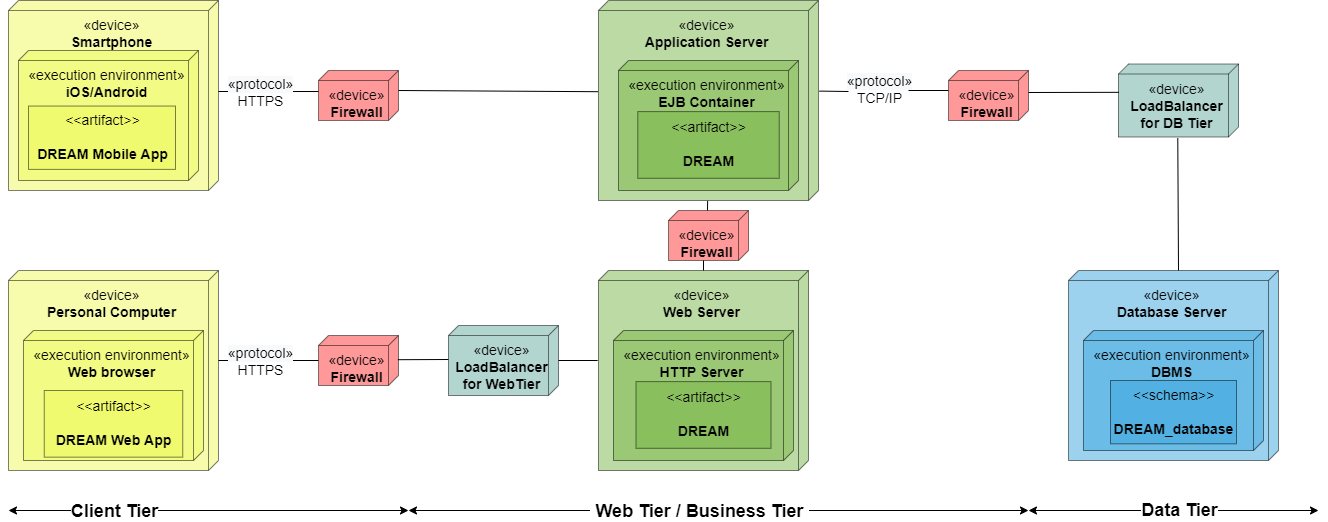
Earlier version of the draw.io export DD/Images/Deployment diagram.png (ElisaServidio/DREAM-Data-dRiven-PrEdictive-FArMing-in-Telengana). Source tidied: cells renumbered, new cells last; positions are measured from the earlier drawing's top-left corner, leaving out a move shared by most shapes. Its diagram source:
```xml
<mxGraphModel>
  <root>
    <mxCell id="0" />
    <mxCell id="1" parent="0" />
    <mxCell id="2" value="&lt;div style=&quot;font-size: 14px&quot;&gt;«device»&lt;/div&gt;&lt;div style=&quot;font-size: 14px&quot;&gt;&lt;b&gt;Smartphone&lt;/b&gt;&lt;/div&gt;&lt;div style=&quot;font-size: 14px&quot;&gt;&lt;br style=&quot;font-size: 14px&quot;&gt;&lt;/div&gt;" style="verticalAlign=top;align=center;shape=cube;size=10;direction=south;fontStyle=0;html=1;boundedLbl=1;spacingLeft=5;fillColor=#EDFA59;opacity=50;fontSize=14;" parent="1" vertex="1">
      <mxGeometry width="210" height="190" as="geometry" />
    </mxCell>
    <mxCell id="3" value="&lt;div style=&quot;font-size: 14px&quot;&gt;&lt;font style=&quot;font-size: 14px&quot;&gt;«execution environment»&lt;/font&gt;&lt;/div&gt;&lt;div style=&quot;font-size: 14px&quot;&gt;&lt;font style=&quot;font-size: 14px&quot;&gt;&lt;b&gt;iOS/Android&lt;/b&gt;&lt;/font&gt;&lt;/div&gt;" style="verticalAlign=top;align=center;shape=cube;size=10;direction=south;html=1;boundedLbl=1;spacingLeft=5;fillColor=#EDFA59;opacity=50;fontSize=14;" parent="2" vertex="1">
      <mxGeometry width="180" height="130" relative="1" as="geometry">
        <mxPoint x="10" y="50" as="offset" />
      </mxGeometry>
    </mxCell>
    <mxCell id="4" value="&amp;lt;&amp;lt;artifact&amp;gt;&amp;gt;&lt;br style=&quot;font-size: 14px;&quot;&gt;&lt;br style=&quot;font-size: 14px;&quot;&gt;&lt;b style=&quot;font-size: 14px;&quot;&gt;DREAM Mobile App&lt;/b&gt;" style="text;html=1;align=center;verticalAlign=middle;dashed=0;fillColor=#EDFA59;strokeColor=#000000;fontSize=14;opacity=50;" parent="2" vertex="1">
      <mxGeometry x="20" y="105.6" width="147" height="63.3" as="geometry" />
    </mxCell>
    <mxCell id="5" value="&lt;div style=&quot;font-size: 14px&quot;&gt;«device»&lt;/div&gt;&lt;div style=&quot;font-size: 14px&quot;&gt;&lt;b&gt;Personal Computer&lt;/b&gt;&lt;/div&gt;&lt;div style=&quot;font-size: 14px&quot;&gt;&lt;br style=&quot;font-size: 14px&quot;&gt;&lt;/div&gt;" style="verticalAlign=top;align=center;shape=cube;size=10;direction=south;fontStyle=0;html=1;boundedLbl=1;spacingLeft=5;fillColor=#EDFA59;opacity=50;fontSize=14;" parent="1" vertex="1">
      <mxGeometry y="270" width="210" height="200" as="geometry" />
    </mxCell>
    <mxCell id="6" value="&lt;div style=&quot;font-size: 14px&quot;&gt;&lt;font style=&quot;font-size: 14px&quot;&gt;«execution environment»&lt;/font&gt;&lt;/div&gt;&lt;div style=&quot;font-size: 14px&quot;&gt;&lt;b&gt;Web browser&lt;/b&gt;&lt;/div&gt;" style="verticalAlign=top;align=center;shape=cube;size=10;direction=south;html=1;boundedLbl=1;spacingLeft=5;fillColor=#EDFA59;opacity=50;fontSize=14;" parent="5" vertex="1">
      <mxGeometry width="180" height="130" relative="1" as="geometry">
        <mxPoint x="15" y="60" as="offset" />
      </mxGeometry>
    </mxCell>
    <mxCell id="7" value="&amp;lt;&amp;lt;artifact&amp;gt;&amp;gt;&lt;br style=&quot;font-size: 14px;&quot;&gt;&lt;br style=&quot;font-size: 14px;&quot;&gt;&lt;b style=&quot;font-size: 14px;&quot;&gt;DREAM Web App&lt;/b&gt;" style="text;html=1;align=center;verticalAlign=middle;dashed=0;fillColor=#EDFA59;strokeColor=#000000;fontSize=14;opacity=50;" parent="5" vertex="1">
      <mxGeometry x="35.8" y="120" width="138.5" height="66.7" as="geometry" />
    </mxCell>
    <mxCell id="8" value="&lt;div style=&quot;font-size: 14px&quot;&gt;«device»&lt;/div&gt;&lt;div style=&quot;font-size: 14px&quot;&gt;&lt;b&gt;Database Server&lt;/b&gt;&lt;/div&gt;&lt;div style=&quot;font-size: 14px&quot;&gt;&lt;br style=&quot;font-size: 14px&quot;&gt;&lt;/div&gt;" style="verticalAlign=top;align=center;shape=cube;size=10;direction=south;fontStyle=0;html=1;boundedLbl=1;spacingLeft=5;fillColor=#3AA6DD;opacity=50;fontSize=14;" parent="1" vertex="1">
      <mxGeometry x="1060" y="270" width="210" height="190" as="geometry" />
    </mxCell>
    <mxCell id="9" value="&lt;div style=&quot;font-size: 14px&quot;&gt;&lt;font style=&quot;font-size: 14px&quot;&gt;«execution environment»&lt;/font&gt;&lt;/div&gt;&lt;div style=&quot;font-size: 14px&quot;&gt;&lt;font style=&quot;font-size: 14px&quot;&gt;&lt;b&gt;DBMS&lt;/b&gt;&lt;/font&gt;&lt;/div&gt;" style="verticalAlign=top;align=center;shape=cube;size=10;direction=south;html=1;boundedLbl=1;spacingLeft=5;fillColor=#3AA6DD;opacity=50;fontSize=14;" parent="8" vertex="1">
      <mxGeometry width="180" height="120" relative="1" as="geometry">
        <mxPoint x="15" y="60" as="offset" />
      </mxGeometry>
    </mxCell>
    <mxCell id="10" value="&amp;lt;&amp;lt;schema&amp;gt;&amp;gt;&lt;br style=&quot;font-size: 14px;&quot;&gt;&lt;br style=&quot;font-size: 14px;&quot;&gt;&lt;b style=&quot;font-size: 14px;&quot;&gt;DREAM_database&lt;/b&gt;" style="text;html=1;align=center;verticalAlign=middle;dashed=0;fillColor=#3AA6DD;strokeColor=#000000;fontSize=14;opacity=50;" parent="8" vertex="1">
      <mxGeometry x="42" y="110" width="126" height="63.3" as="geometry" />
    </mxCell>
    <mxCell id="11" value="&lt;div style=&quot;font-size: 14px&quot;&gt;&lt;font style=&quot;font-size: 14px&quot;&gt;«device»&lt;/font&gt;&lt;/div&gt;&lt;div style=&quot;font-size: 14px&quot;&gt;&lt;b&gt;Firewall&lt;/b&gt;&lt;/div&gt;" style="verticalAlign=top;align=center;shape=cube;size=10;direction=south;html=1;boundedLbl=1;spacingLeft=5;fillColor=#FF3333;opacity=50;fontSize=14;" parent="1" vertex="1">
      <mxGeometry x="310" y="70" width="80" height="50" as="geometry" />
    </mxCell>
    <mxCell id="12" style="endArrow=none;html=1;rounded=0;fontSize=14;" parent="1" edge="1">
      <mxGeometry relative="1" as="geometry">
        <mxPoint x="310" y="91" as="sourcePoint" />
        <mxPoint x="210" y="91" as="targetPoint" />
      </mxGeometry>
    </mxCell>
    <mxCell id="13" value="&lt;div style=&quot;background-color: rgb(248, 249, 250); font-size: 14px;&quot;&gt;&lt;font style=&quot;font-size: 14px;&quot;&gt;«protocol»&lt;/font&gt;&lt;/div&gt;&lt;div style=&quot;font-size: 14px;&quot;&gt;&lt;font style=&quot;font-size: 14px;&quot;&gt;HTTPS&lt;/font&gt;&lt;/div&gt;" style="edgeLabel;html=1;align=center;verticalAlign=middle;fontSize=14;" parent="12" vertex="1">
      <mxGeometry x="0.33" relative="1" as="geometry">
        <mxPoint x="7" as="offset" />
      </mxGeometry>
    </mxCell>
    <mxCell id="14" style="endArrow=none;html=1;rounded=0;fontSize=14;" parent="1" edge="1" source="25">
      <mxGeometry relative="1" as="geometry">
        <mxPoint x="210" y="360" as="targetPoint" />
        <Array as="points">
          <mxPoint x="250" y="360" />
        </Array>
      </mxGeometry>
    </mxCell>
    <mxCell id="15" value="&lt;div style=&quot;background-color: rgb(248, 249, 250); font-size: 14px;&quot;&gt;&lt;font style=&quot;font-size: 14px;&quot;&gt;«protocol»&lt;/font&gt;&lt;/div&gt;&lt;div style=&quot;font-size: 14px;&quot;&gt;&lt;font style=&quot;font-size: 14px;&quot;&gt;HTTPS&lt;/font&gt;&lt;/div&gt;" style="edgeLabel;html=1;align=center;verticalAlign=middle;fontSize=14;" parent="14" vertex="1">
      <mxGeometry x="0.33" relative="1" as="geometry">
        <mxPoint x="7" as="offset" />
      </mxGeometry>
    </mxCell>
    <mxCell id="16" value="&lt;div style=&quot;background-color: rgb(248, 249, 250); font-size: 14px;&quot;&gt;&lt;font style=&quot;font-size: 14px;&quot;&gt;«protocol»&lt;/font&gt;&lt;/div&gt;&lt;div style=&quot;font-size: 14px;&quot;&gt;&lt;font style=&quot;font-size: 14px;&quot;&gt;TCP/IP&lt;/font&gt;&lt;/div&gt;" style="edgeLabel;html=1;align=center;verticalAlign=middle;fontSize=14;" parent="1" vertex="1">
      <mxGeometry x="860" y="100" as="geometry">
        <mxPoint x="10" y="-12" as="offset" />
      </mxGeometry>
    </mxCell>
    <mxCell id="17" value="&lt;div style=&quot;font-size: 14px&quot;&gt;«device»&lt;/div&gt;&lt;div style=&quot;font-size: 14px&quot;&gt;&lt;b&gt;Web Server&lt;/b&gt;&lt;/div&gt;" style="verticalAlign=top;align=center;shape=cube;size=10;direction=south;fontStyle=0;html=1;boundedLbl=1;spacingLeft=5;fillColor=#7AB648;opacity=50;fontSize=14;" parent="1" vertex="1">
      <mxGeometry x="590" y="270" width="210" height="200" as="geometry" />
    </mxCell>
    <mxCell id="18" value="&lt;div style=&quot;font-size: 14px&quot;&gt;«execution environment»&lt;/div&gt;&lt;div style=&quot;font-size: 14px&quot;&gt;&lt;b&gt;HTTP Server&lt;/b&gt;&lt;/div&gt;" style="verticalAlign=top;align=center;shape=cube;size=10;direction=south;html=1;boundedLbl=1;spacingLeft=5;fillColor=#7AB648;opacity=50;fontSize=14;" parent="17" vertex="1">
      <mxGeometry width="180" height="130" relative="1" as="geometry">
        <mxPoint x="15" y="60" as="offset" />
      </mxGeometry>
    </mxCell>
    <mxCell id="19" value="&amp;lt;&amp;lt;artifact&amp;gt;&amp;gt;&lt;br style=&quot;font-size: 14px&quot;&gt;&lt;br style=&quot;font-size: 14px&quot;&gt;&lt;b style=&quot;font-size: 14px&quot;&gt;DREAM&lt;/b&gt;" style="text;html=1;align=center;verticalAlign=middle;dashed=0;fillColor=#7AB648;strokeColor=#000000;opacity=50;fontSize=14;" parent="17" vertex="1">
      <mxGeometry x="37.5" y="111.1" width="135" height="66.7" as="geometry" />
    </mxCell>
    <mxCell id="20" value="&lt;div style=&quot;font-size: 14px&quot;&gt;«device»&lt;/div&gt;&lt;div style=&quot;font-size: 14px&quot;&gt;&lt;b&gt;Application Server&lt;/b&gt;&lt;/div&gt;" style="verticalAlign=top;align=center;shape=cube;size=10;direction=south;fontStyle=0;html=1;boundedLbl=1;spacingLeft=5;fillColor=#7AB648;opacity=50;fontSize=14;" parent="1" vertex="1">
      <mxGeometry x="590" width="220" height="200" as="geometry" />
    </mxCell>
    <mxCell id="21" value="&lt;div style=&quot;font-size: 14px&quot;&gt;«execution environment»&lt;/div&gt;&lt;div style=&quot;font-size: 14px&quot;&gt;&lt;b&gt;EJB Container&lt;/b&gt;&lt;/div&gt;" style="verticalAlign=top;align=center;shape=cube;size=10;direction=south;html=1;boundedLbl=1;spacingLeft=5;fillColor=#7AB648;opacity=50;fontSize=14;" parent="20" vertex="1">
      <mxGeometry width="180" height="130" relative="1" as="geometry">
        <mxPoint x="20" y="60" as="offset" />
      </mxGeometry>
    </mxCell>
    <mxCell id="22" value="&amp;lt;&amp;lt;artifact&amp;gt;&amp;gt;&lt;br style=&quot;font-size: 14px&quot;&gt;&lt;br style=&quot;font-size: 14px&quot;&gt;&lt;b style=&quot;font-size: 14px&quot;&gt;DREAM&lt;/b&gt;" style="text;html=1;align=center;verticalAlign=middle;dashed=0;fillColor=#7AB648;strokeColor=#000000;opacity=50;fontSize=14;" parent="20" vertex="1">
      <mxGeometry x="39.3" y="111.1" width="141.4" height="66.7" as="geometry" />
    </mxCell>
    <mxCell id="23" value="&lt;div style=&quot;font-size: 14px&quot;&gt;&lt;font style=&quot;font-size: 14px&quot;&gt;«device»&lt;/font&gt;&lt;/div&gt;&lt;div style=&quot;font-size: 14px&quot;&gt;&lt;b&gt;Firewall&lt;/b&gt;&lt;/div&gt;" style="verticalAlign=top;align=center;shape=cube;size=10;direction=south;html=1;boundedLbl=1;spacingLeft=5;fillColor=#FF3333;opacity=50;fontSize=14;" parent="1" vertex="1">
      <mxGeometry x="940" y="70" width="80" height="50" as="geometry" />
    </mxCell>
    <mxCell id="24" value="&lt;div style=&quot;font-size: 14px&quot;&gt;&lt;font style=&quot;font-size: 14px&quot;&gt;«device»&lt;/font&gt;&lt;/div&gt;&lt;div style=&quot;font-size: 14px&quot;&gt;&lt;b&gt;LoadBalancer&lt;br&gt;for WebTier&lt;/b&gt;&lt;/div&gt;" style="verticalAlign=top;align=center;shape=cube;size=10;direction=south;html=1;boundedLbl=1;spacingLeft=5;fillColor=#67AB9F;opacity=50;fontSize=14;" parent="1" vertex="1">
      <mxGeometry x="440" y="325" width="110" height="70" as="geometry" />
    </mxCell>
    <mxCell id="25" value="&lt;div style=&quot;font-size: 14px&quot;&gt;&lt;font style=&quot;font-size: 14px&quot;&gt;«device»&lt;/font&gt;&lt;/div&gt;&lt;div style=&quot;font-size: 14px&quot;&gt;&lt;b&gt;Firewall&lt;/b&gt;&lt;/div&gt;" style="verticalAlign=top;align=center;shape=cube;size=10;direction=south;html=1;boundedLbl=1;spacingLeft=5;fillColor=#FF3333;opacity=50;fontSize=14;" parent="1" vertex="1">
      <mxGeometry x="310" y="335" width="80" height="50" as="geometry" />
    </mxCell>
    <mxCell id="26" style="endArrow=none;html=1;rounded=0;entryX=0.45;entryY=1.004;entryDx=0;entryDy=0;entryPerimeter=0;" parent="1" edge="1" target="17">
      <mxGeometry relative="1" as="geometry">
        <mxPoint x="550" y="360" as="sourcePoint" />
      </mxGeometry>
    </mxCell>
    <mxCell id="27" style="endArrow=none;html=1;rounded=0;exitX=0.453;exitY=-0.004;exitDx=0;exitDy=0;exitPerimeter=0;" parent="1" edge="1" source="20">
      <mxGeometry relative="1" as="geometry">
        <mxPoint x="840" y="91" as="targetPoint" />
      </mxGeometry>
    </mxCell>
    <mxCell id="28" style="endArrow=none;html=1;rounded=0;" parent="1" edge="1">
      <mxGeometry relative="1" as="geometry">
        <mxPoint x="900" y="90" as="sourcePoint" />
        <mxPoint x="940" y="90" as="targetPoint" />
      </mxGeometry>
    </mxCell>
    <mxCell id="29" value="&lt;div style=&quot;font-size: 14px&quot;&gt;&lt;font style=&quot;font-size: 14px&quot;&gt;«device»&lt;/font&gt;&lt;/div&gt;&lt;div style=&quot;font-size: 14px&quot;&gt;&lt;b&gt;LoadBalancer&lt;br&gt;for DB Tier&lt;/b&gt;&lt;/div&gt;" style="verticalAlign=top;align=center;shape=cube;size=10;direction=south;html=1;boundedLbl=1;spacingLeft=5;fillColor=#67AB9F;opacity=50;fontSize=14;" parent="1" vertex="1">
      <mxGeometry x="1110" y="63.5" width="120" height="73" as="geometry" />
    </mxCell>
    <mxCell id="30" style="endArrow=none;html=1;rounded=0;entryX=0.388;entryY=0.996;entryDx=0;entryDy=0;entryPerimeter=0;" parent="1" edge="1" target="29">
      <mxGeometry relative="1" as="geometry">
        <mxPoint x="1020" y="92" as="sourcePoint" />
      </mxGeometry>
    </mxCell>
    <mxCell id="31" style="endArrow=none;html=1;rounded=0;exitX=0;exitY=0;exitDx=0;exitDy=100;exitPerimeter=0;entryX=1.015;entryY=0.506;entryDx=0;entryDy=0;entryPerimeter=0;" parent="1" edge="1" source="8" target="29">
      <mxGeometry relative="1" as="geometry" />
    </mxCell>
    <mxCell id="32" style="endArrow=classic;startArrow=classic;html=1;rounded=0;" parent="1" edge="1">
      <mxGeometry relative="1" as="geometry">
        <mxPoint y="510" as="sourcePoint" />
        <mxPoint x="400" y="510" as="targetPoint" />
      </mxGeometry>
    </mxCell>
    <mxCell id="33" value="Client Tier" style="edgeLabel;html=1;align=center;verticalAlign=middle;fontSize=18;fontStyle=1;" parent="32" vertex="1">
      <mxGeometry x="-0.1" relative="1" as="geometry">
        <mxPoint x="-75" as="offset" />
      </mxGeometry>
    </mxCell>
    <mxCell id="34" style="endArrow=classic;startArrow=classic;html=1;rounded=0;" parent="1" edge="1">
      <mxGeometry relative="1" as="geometry">
        <mxPoint x="400" y="510" as="sourcePoint" />
        <mxPoint x="1020" y="510" as="targetPoint" />
      </mxGeometry>
    </mxCell>
    <mxCell id="35" value="&amp;nbsp;Web Tier / Business Tier&amp;nbsp;" style="edgeLabel;html=1;align=center;verticalAlign=middle;fontSize=18;fontStyle=1;" parent="34" vertex="1">
      <mxGeometry x="0.19" y="-2" relative="1" as="geometry">
        <mxPoint x="-78" y="-2" as="offset" />
      </mxGeometry>
    </mxCell>
    <mxCell id="36" style="endArrow=classic;startArrow=classic;html=1;rounded=0;" parent="1" edge="1">
      <mxGeometry relative="1" as="geometry">
        <mxPoint x="1020" y="510" as="sourcePoint" />
        <mxPoint x="1310" y="510" as="targetPoint" />
      </mxGeometry>
    </mxCell>
    <mxCell id="37" value="Data Tier" style="edgeLabel;html=1;align=center;verticalAlign=middle;fontSize=18;fontStyle=1;" parent="36" vertex="1">
      <mxGeometry x="0.47" y="1" relative="1" as="geometry">
        <mxPoint x="-63" as="offset" />
      </mxGeometry>
    </mxCell>
    <mxCell id="38" style="endArrow=none;html=1;rounded=0;fontSize=18;entryX=0.484;entryY=0.008;entryDx=0;entryDy=0;entryPerimeter=0;" parent="1" edge="1" target="25">
      <mxGeometry relative="1" as="geometry">
        <mxPoint x="440" y="359" as="sourcePoint" />
      </mxGeometry>
    </mxCell>
    <mxCell id="39" style="endArrow=none;html=1;rounded=0;fontSize=18;exitX=0;exitY=0;exitDx=20;exitDy=0;exitPerimeter=0;entryX=0.456;entryY=1.002;entryDx=0;entryDy=0;entryPerimeter=0;" parent="1" edge="1" source="11" target="20">
      <mxGeometry relative="1" as="geometry" />
    </mxCell>
    <mxCell id="40" value="&lt;div style=&quot;font-size: 14px&quot;&gt;&lt;font style=&quot;font-size: 14px&quot;&gt;«device»&lt;/font&gt;&lt;/div&gt;&lt;div style=&quot;font-size: 14px&quot;&gt;&lt;b&gt;Firewall&lt;/b&gt;&lt;/div&gt;" style="verticalAlign=top;align=center;shape=cube;size=10;direction=south;html=1;boundedLbl=1;spacingLeft=5;fillColor=#FF3333;opacity=50;fontSize=14;" parent="1" vertex="1">
      <mxGeometry x="660" y="210" width="80" height="50" as="geometry" />
    </mxCell>
    <mxCell id="41" style="endArrow=none;html=1;rounded=0;fontSize=18;entryX=0;entryY=0;entryDx=50;entryDy=45;entryPerimeter=0;" parent="1" edge="1" target="40">
      <mxGeometry relative="1" as="geometry">
        <mxPoint x="695" y="270" as="sourcePoint" />
      </mxGeometry>
    </mxCell>
    <mxCell id="42" style="endArrow=none;html=1;rounded=0;fontSize=18;entryX=1.002;entryY=0.504;entryDx=0;entryDy=0;entryPerimeter=0;" parent="1" edge="1" target="20">
      <mxGeometry relative="1" as="geometry">
        <mxPoint x="699" y="210" as="sourcePoint" />
      </mxGeometry>
    </mxCell>
  </root>
</mxGraphModel>
```
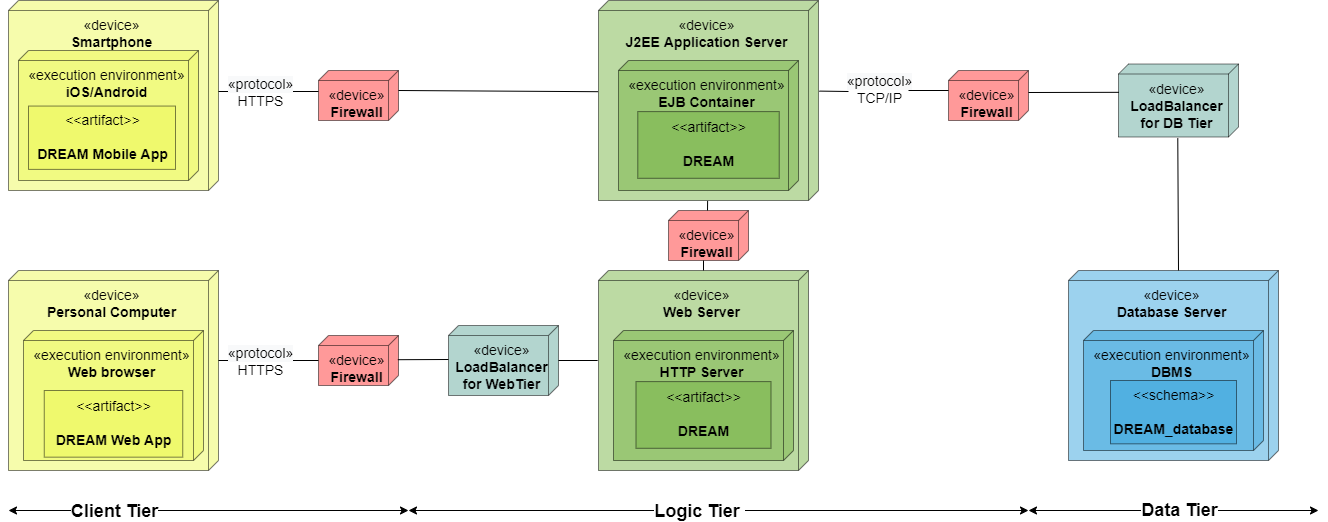
After the change.

The edit, as a diff of the source:
```diff
@@ -78,7 +78,7 @@
     <mxCell id="19" value="&amp;lt;&amp;lt;artifact&amp;gt;&amp;gt;&lt;br style=&quot;font-size: 14px&quot;&gt;&lt;br style=&quot;font-size: 14px&quot;&gt;&lt;b style=&quot;font-size: 14px&quot;&gt;DREAM&lt;/b&gt;" style="text;html=1;align=center;verticalAlign=middle;dashed=0;fillColor=#7AB648;strokeColor=#000000;opacity=50;fontSize=14;" parent="17" vertex="1">
       <mxGeometry x="37.5" y="111.1" width="135" height="66.7" as="geometry" />
     </mxCell>
-    <mxCell id="20" value="&lt;div style=&quot;font-size: 14px&quot;&gt;«device»&lt;/div&gt;&lt;div style=&quot;font-size: 14px&quot;&gt;&lt;b&gt;Application Server&lt;/b&gt;&lt;/div&gt;" style="verticalAlign=top;align=center;shape=cube;size=10;direction=south;fontStyle=0;html=1;boundedLbl=1;spacingLeft=5;fillColor=#7AB648;opacity=50;fontSize=14;" parent="1" vertex="1">
+    <mxCell id="20" value="&lt;div style=&quot;font-size: 14px&quot;&gt;«device»&lt;/div&gt;&lt;div style=&quot;font-size: 14px&quot;&gt;&lt;b&gt;J2EE Application Server&lt;/b&gt;&lt;/div&gt;" style="verticalAlign=top;align=center;shape=cube;size=10;direction=south;fontStyle=0;html=1;boundedLbl=1;spacingLeft=5;fillColor=#7AB648;opacity=50;fontSize=14;" parent="1" vertex="1">
       <mxGeometry x="590" width="220" height="200" as="geometry" />
     </mxCell>
     <mxCell id="21" value="&lt;div style=&quot;font-size: 14px&quot;&gt;«execution environment»&lt;/div&gt;&lt;div style=&quot;font-size: 14px&quot;&gt;&lt;b&gt;EJB Container&lt;/b&gt;&lt;/div&gt;" style="verticalAlign=top;align=center;shape=cube;size=10;direction=south;html=1;boundedLbl=1;spacingLeft=5;fillColor=#7AB648;opacity=50;fontSize=14;" parent="20" vertex="1">
@@ -142,7 +142,7 @@
         <mxPoint x="1020" y="510" as="targetPoint" />
       </mxGeometry>
     </mxCell>
-    <mxCell id="35" value="&amp;nbsp;Web Tier / Business Tier&amp;nbsp;" style="edgeLabel;html=1;align=center;verticalAlign=middle;fontSize=18;fontStyle=1;" parent="34" vertex="1">
+    <mxCell id="35" value="Logic Tier&amp;nbsp;" style="edgeLabel;html=1;align=center;verticalAlign=middle;fontSize=18;fontStyle=1;" parent="34" vertex="1">
       <mxGeometry x="0.19" y="-2" relative="1" as="geometry">
         <mxPoint x="-78" y="-2" as="offset" />
       </mxGeometry>
```
